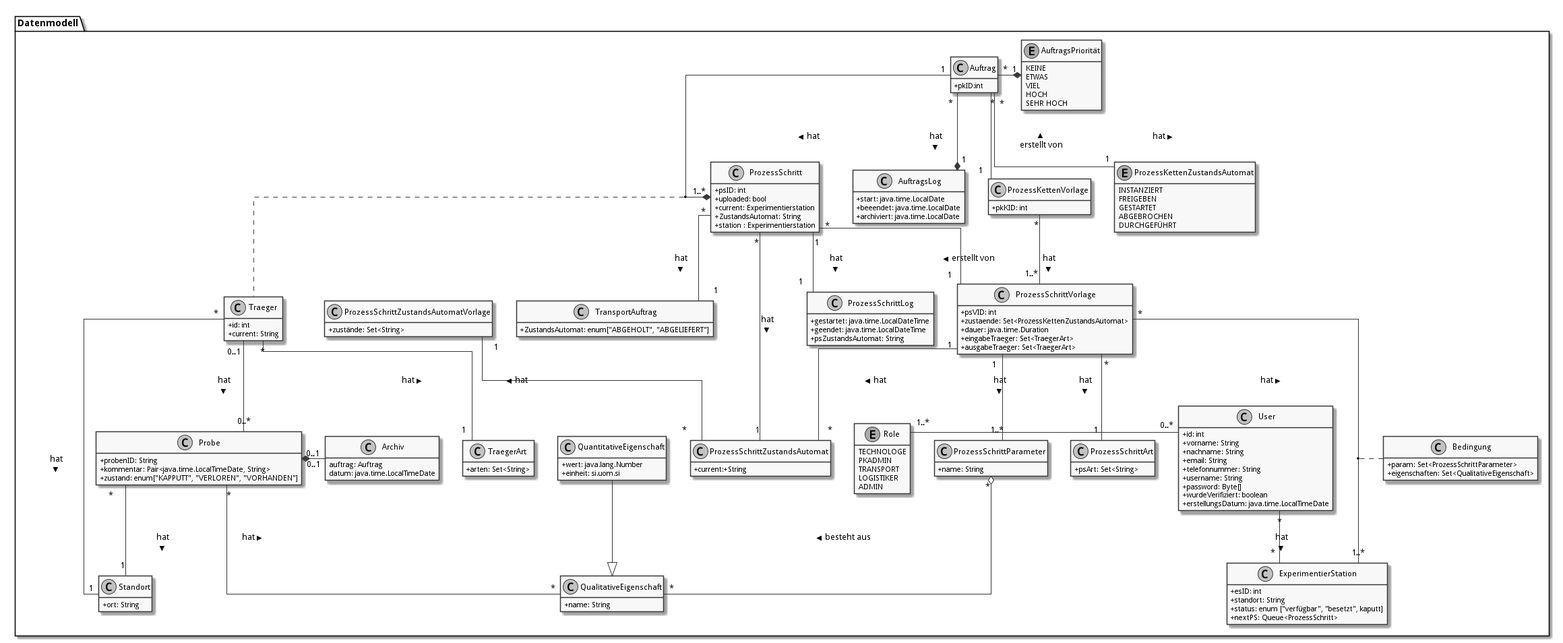
fkehlenb/softwareprojekt-2 keeps this PlantUML diagram as doc/UML/datenModel.png. Above is the earlier version.
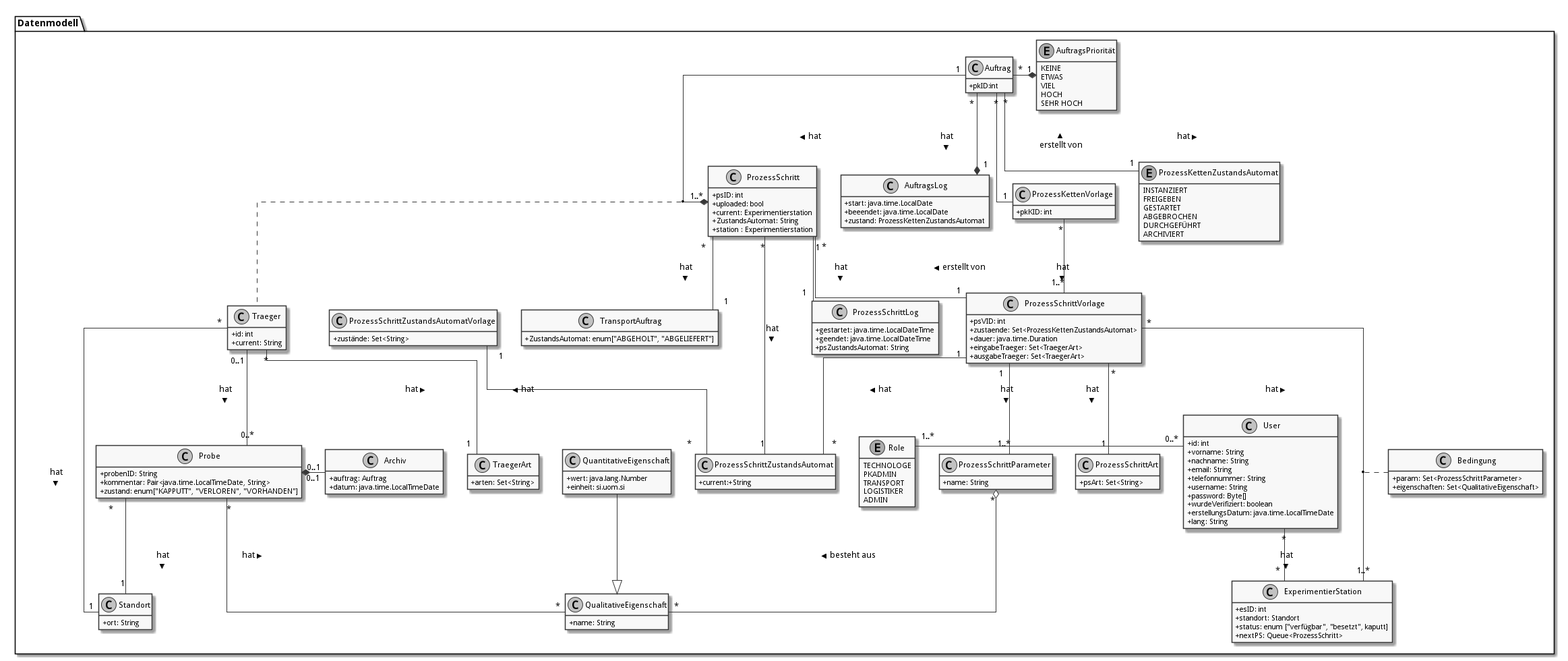
After the change.

Change to the diagram source:
```diff
@@ -26,6 +26,7 @@
   +password: Byte[]
   +wurdeVerifiziert: boolean
   +erstellungsDatum: java.time.LocalTimeDate
+  +lang: String
 }
 
 
@@ -49,8 +50,8 @@
 }
 
 class Archiv {
-auftrag: Auftrag
-datum: java.time.LocalTimeDate
+  +auftrag: Auftrag
+  +datum: java.time.LocalTimeDate
 }
 
 class "QualitativeEigenschaft" as qualE {
@@ -112,7 +113,7 @@
 class AuftragsLog {
   +start: java.time.LocalDate
   +beeendet: java.time.LocalDate
-  +archiviert: java.time.LocalDate
+  +zustand: ProzessKettenZustandsAutomat
 }
 
 
@@ -134,6 +135,7 @@
     GESTARTET
     ABGEBROCHEN
     DURCHGEFÜHRT
+    ARCHIVIERT
 }
 
 class Bedingung {
@@ -143,7 +145,7 @@
 
 class "ExperimentierStation" as es {
   +esID: int
-  +standort: String
+  +standort: Standort
   +status: enum ["verfügbar", "besetzt", kaputt]
   +nextPS: Queue<ProzessSchritt>
 }
```
